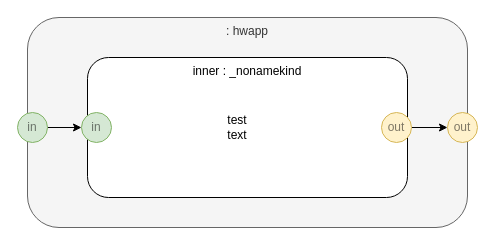
This is page "hwapp" (1 of 3) of hello.drawio from guitarvydas/diagrams-as-syntax, a draw.io file, before an edit. Source tidied: cells renumbered, new cells numbered last; positions are measured from the earlier drawing's top-left corner, leaving out a move shared by most shapes. Both pictures are drawn from the tidied source at 100%, with x=0, y=0 at pixel (17, 17).
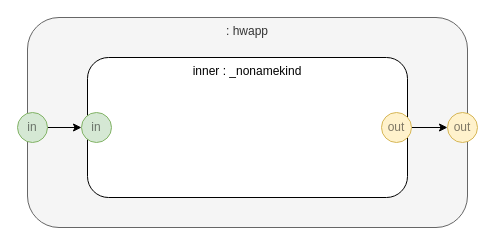
Above is the later version.

The edit, as a diff of the source:
```diff
@@
 <mxGraphModel>
   <root>
     <mxCell id="0" />
     <mxCell id="1" parent="0" />
     <mxCell id="2" value=": hwapp" style="rounded=1;whiteSpace=wrap;html=1;verticalAlign=top;fillColor=#f5f5f5;strokeColor=#666666;fontColor=#333333;" parent="1" vertex="1">
       <mxGeometry x="10" width="440" height="210" as="geometry" />
     </mxCell>
     <mxCell id="3" value="inner : _nonamekind" style="rounded=1;whiteSpace=wrap;html=1;verticalAlign=top;" parent="1" vertex="1">
       <mxGeometry x="70" y="40" width="320" height="140" as="geometry" />
     </mxCell>
     <mxCell id="4" value="out" style="ellipse;whiteSpace=wrap;html=1;fillColor=#fff2cc;align=center;strokeColor=#d6b656;textOpacity=50;" parent="1" vertex="1">
       <mxGeometry x="430" y="95" width="30" height="30" as="geometry" />
     </mxCell>
     <mxCell id="5" style="edgeStyle=orthogonalEdgeStyle;rounded=0;jettySize=auto;html=1;exitX=1;exitY=0.5;exitDx=0;exitDy=0;entryX=0;entryY=0.5;entryDx=0;entryDy=0;" parent="1" edge="1" source="6" target="7">
       <mxGeometry relative="1" as="geometry" />
     </mxCell>
     <mxCell id="6" value="in" style="ellipse;whiteSpace=wrap;html=1;fillColor=#d5e8d4;align=center;strokeColor=#82b366;textOpacity=50;" parent="1" vertex="1">
       <mxGeometry y="95" width="30" height="30" as="geometry" />
     </mxCell>
     <mxCell id="7" value="in" style="ellipse;whiteSpace=wrap;html=1;fillColor=#d5e8d4;align=center;strokeColor=#82b366;textOpacity=50;" parent="1" vertex="1">
       <mxGeometry x="64" y="95" width="30" height="30" as="geometry" />
     </mxCell>
     <mxCell id="8" style="edgeStyle=orthogonalEdgeStyle;rounded=0;jettySize=auto;html=1;exitX=1;exitY=0.5;exitDx=0;exitDy=0;" parent="1" edge="1" source="9" target="4">
       <mxGeometry relative="1" as="geometry" />
     </mxCell>
     <mxCell id="9" value="out" style="ellipse;whiteSpace=wrap;html=1;fillColor=#fff2cc;align=center;strokeColor=#d6b656;textOpacity=50;" parent="1" vertex="1">
       <mxGeometry x="364" y="95" width="30" height="30" as="geometry" />
     </mxCell>
-    <mxCell id="10" value="test text" style="text;html=1;strokeColor=none;fillColor=none;align=center;verticalAlign=middle;whiteSpace=wrap;rounded=0;" parent="1" vertex="1">
-      <mxGeometry x="200" y="100" width="40" height="20" as="geometry" />
-    </mxCell>
   </root>
 </mxGraphModel>
```
